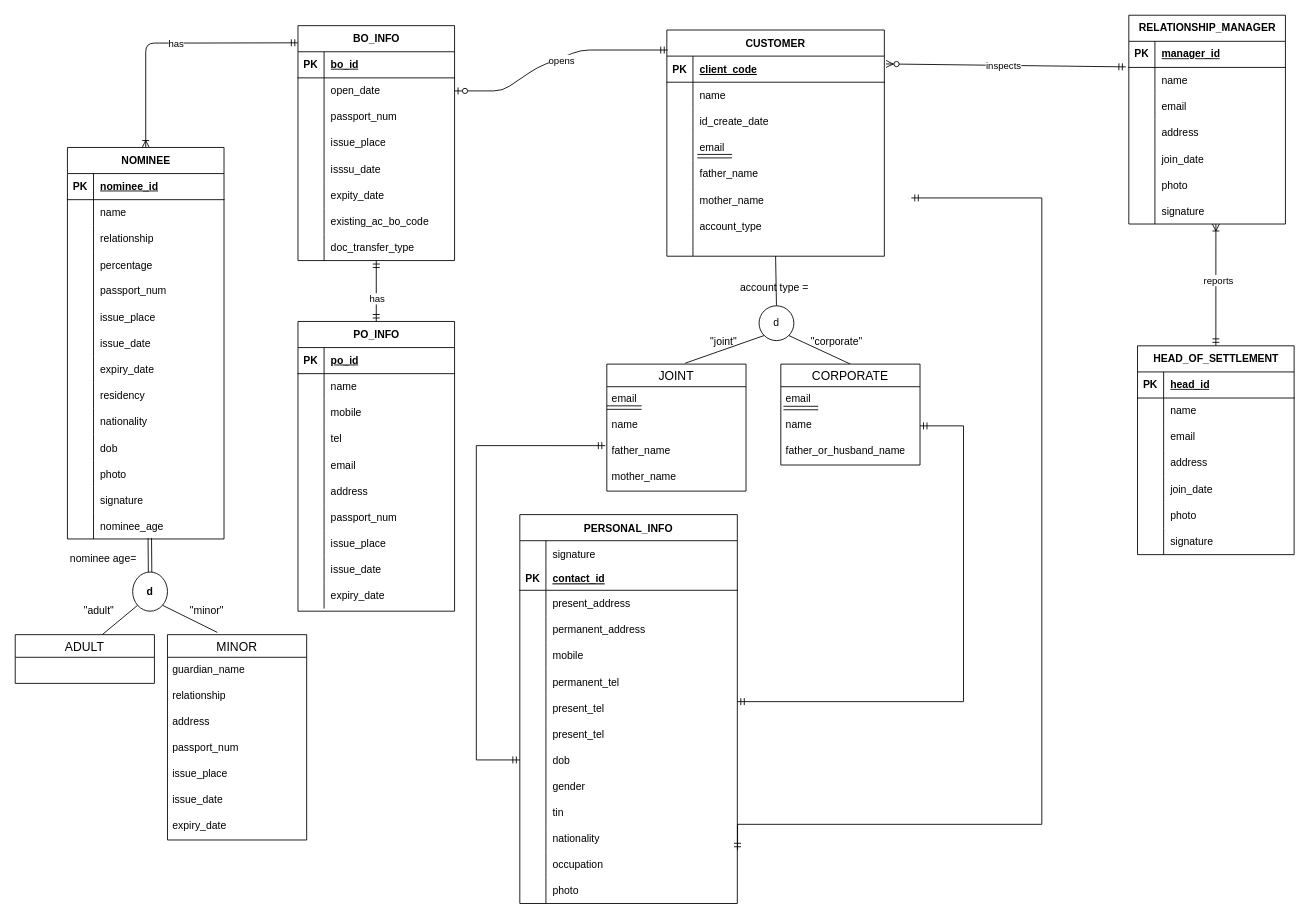
Before: report/ERD.drawio in MohaiminAlif/LankabanglaUniProject, a draw.io diagram. Source tidied: cells renumbered, new cells numbered last; positions are measured from the earlier drawing's top-left corner, leaving out a move shared by most shapes. Both pictures are drawn from the tidied source at 87%, with x=0, y=0 at pixel (15, 15).
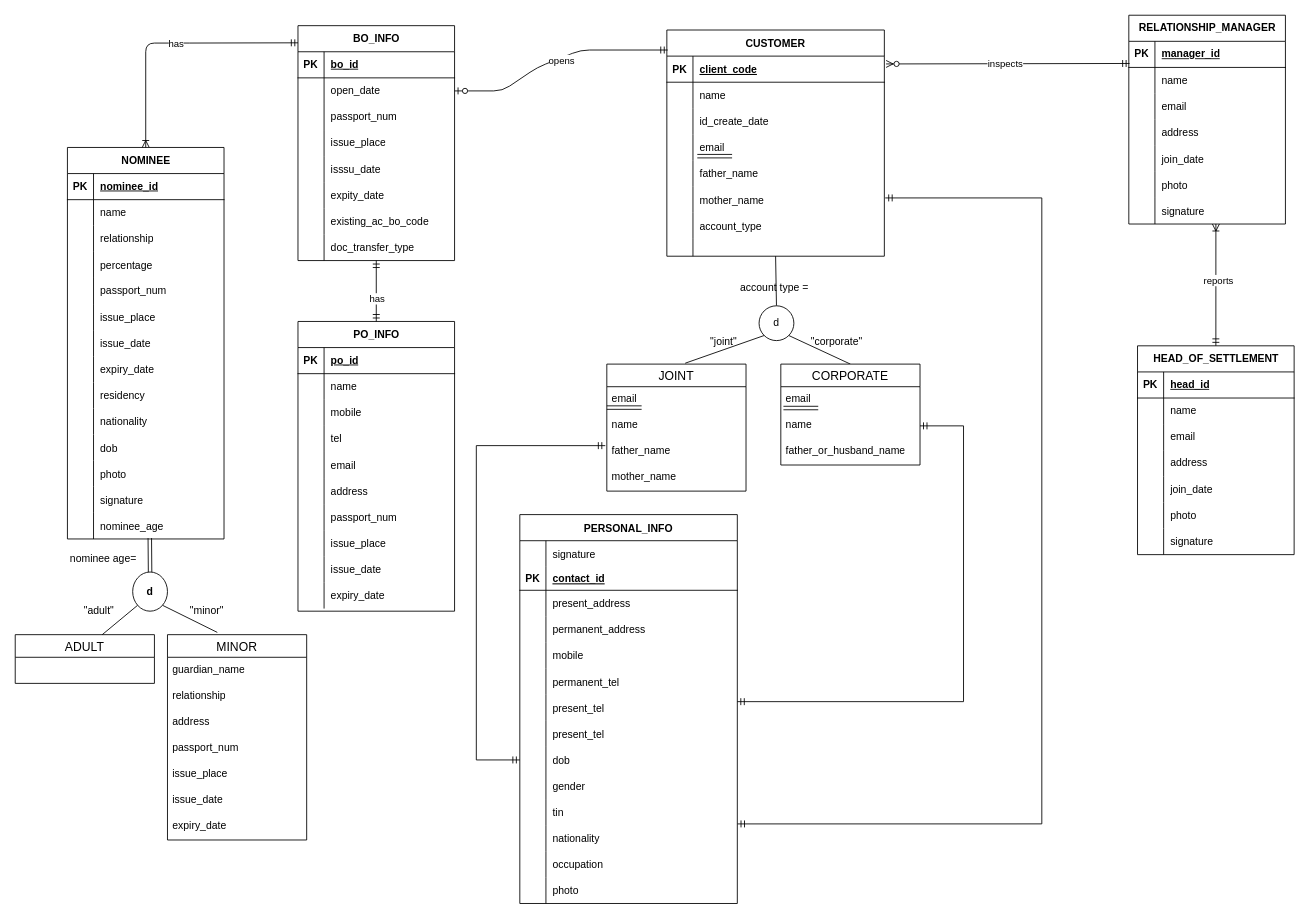
After the change.

Unchanged cells that the change refers to:
```xml
<mxCell id="5" style="shape=partialRectangle;fillColor=none;points=[[0,0.5],[1,0.5]];portConstraint=eastwest;top=0;left=0;right=0;bottom=1;" parent="4" vertex="1">
  <mxGeometry y="30" width="250" height="30" as="geometry" />
</mxCell>
<mxCell id="106" style="shape=tableRow;horizontal=0;startSize=0;swimlaneHead=0;swimlaneBody=0;fillColor=none;points=[[0,0.5],[1,0.5]];portConstraint=eastwest;top=0;left=0;right=0;bottom=1;" parent="105" vertex="1">
  <mxGeometry y="30" width="180" height="30" as="geometry" />
</mxCell>
<mxCell id="185" style="shape=tableRow;horizontal=0;startSize=0;swimlaneHead=0;swimlaneBody=0;fillColor=none;points=[[0,0.5],[1,0.5]];portConstraint=eastwest;top=0;left=0;right=0;bottom=0;" parent="151" vertex="1">
  <mxGeometry y="357" width="250" height="30" as="geometry" />
</mxCell>
```

The edit, as a diff of the source:
```diff
@@
-    <mxCell id="2" style="fontSize=12;html=1;endArrow=ERzeroToMany;startArrow=ERmandOne;rounded=0;entryX=1.008;entryY=0.3;entryDx=0;entryDy=0;entryPerimeter=0;exitX=-0.019;exitY=0.979;exitDx=0;exitDy=0;exitPerimeter=0;" parent="1" edge="1" source="106" target="5">
+    <mxCell id="2" style="fontSize=12;html=1;endArrow=ERzeroToMany;startArrow=ERmandOne;rounded=0;entryX=1.008;entryY=0.3;entryDx=0;entryDy=0;entryPerimeter=0;exitX=0.005;exitY=0.849;exitDx=0;exitDy=0;exitPerimeter=0;" parent="1" edge="1" source="106" target="5">
       <mxGeometry relative="1" as="geometry" />
     </mxCell>
@@
-    <mxCell id="196" style="edgeStyle=orthogonalEdgeStyle;fontSize=12;html=1;endArrow=ERmandOne;startArrow=ERmandOne;rounded=0;entryX=1.004;entryY=0.1;entryDx=0;entryDy=0;entryPerimeter=0;exitX=1.001;exitY=0.96;exitDx=0;exitDy=0;exitPerimeter=0;" parent="1" edge="1" source="185">
+    <mxCell id="196" style="edgeStyle=orthogonalEdgeStyle;fontSize=12;html=1;endArrow=ERmandOne;startArrow=ERmandOne;rounded=0;exitX=1.001;exitY=-0.049;exitDx=0;exitDy=0;exitPerimeter=0;" parent="1" edge="1" source="185">
       <mxGeometry relative="1" as="geometry">
-        <mxPoint x="1030" y="210" as="targetPoint" />
+        <mxPoint x="1000" y="210" as="targetPoint" />
         <Array as="points">
           <mxPoint x="1180" y="930" />
           <mxPoint x="1180" y="210" />
         </Array>
       </mxGeometry>
     </mxCell>
```
